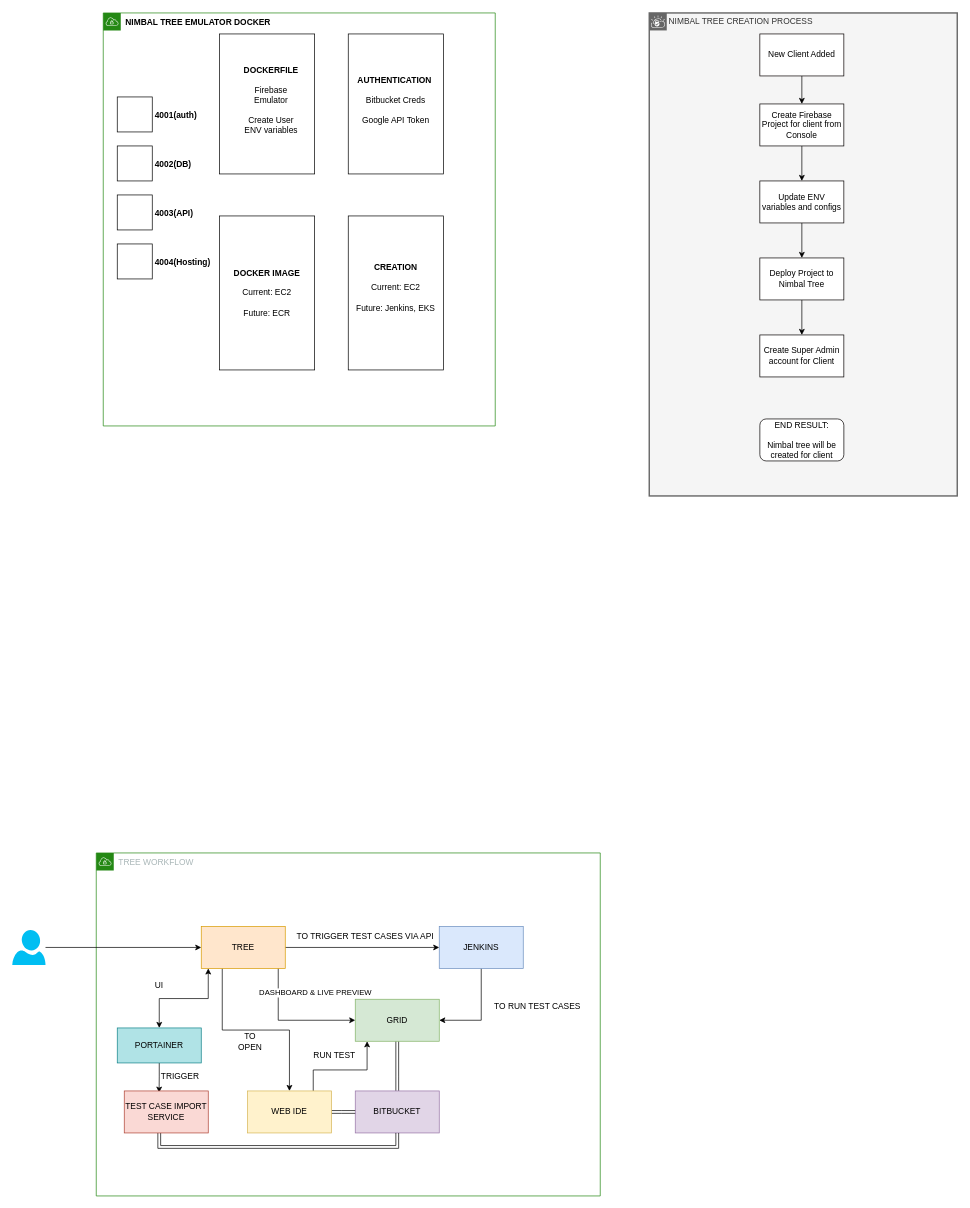
The draw.io diagram page "NIMBAL TREE DOCKER" (4 of 7) of Nimbal.drawio in haarsh31/architecture, before the edit. Source tidied: cells renumbered, new cells numbered last; positions are measured from the earlier drawing's top-left corner, leaving out a move shared by most shapes. Both pictures are drawn from the tidied source at 70%, with x=0, y=0 at pixel (12, 13).
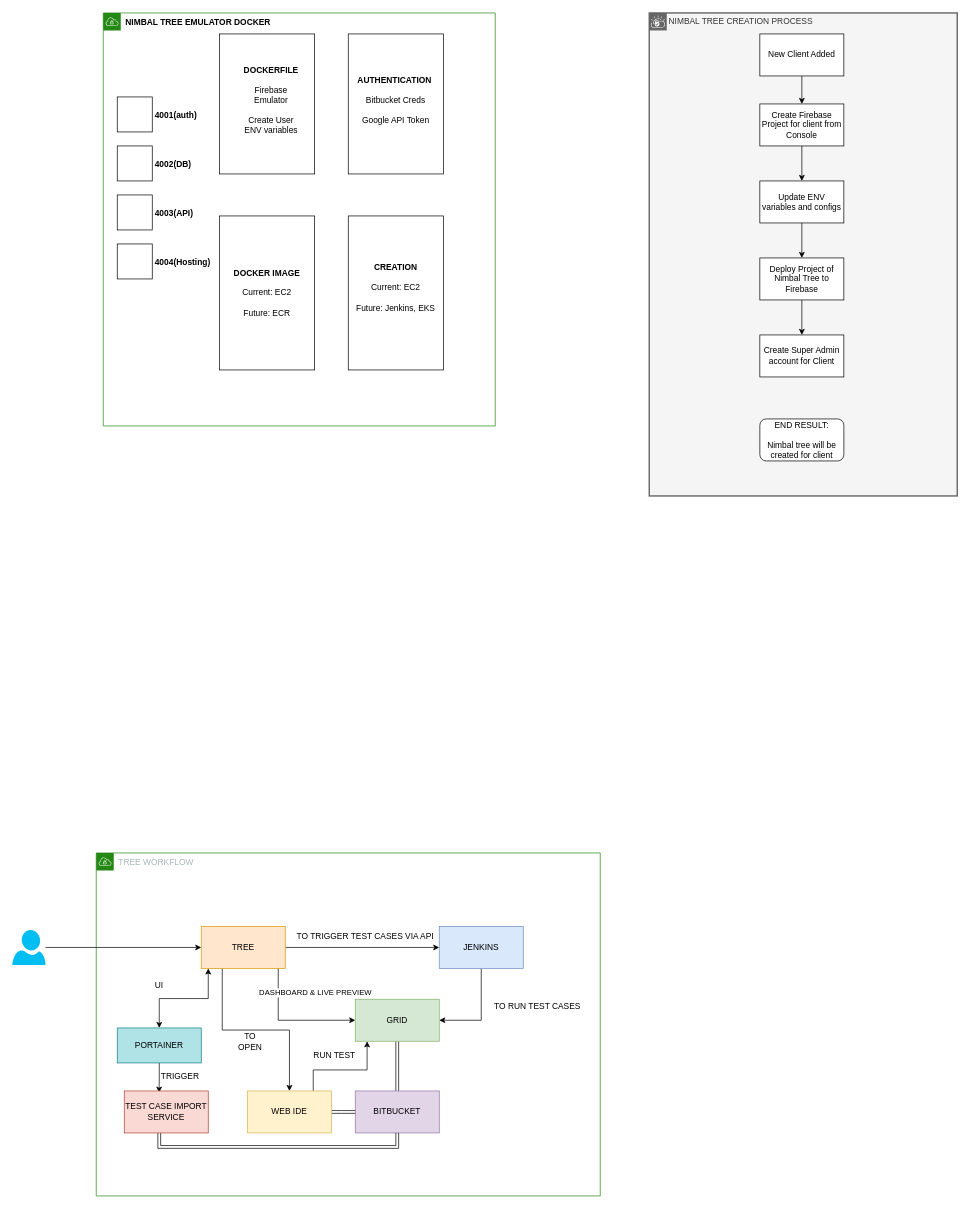
The same diagram, later.

Unchanged cells that the change refers to:
```xml
<mxCell id="40" value="NIMBAL TREE CREATION PROCESS" style="shape=mxgraph.ibm.box;prType=vpc;fontStyle=0;verticalAlign=top;align=left;spacingLeft=32;spacingTop=4;fillColor=#f5f5f5;rounded=0;whiteSpace=wrap;html=1;strokeColor=#666666;strokeWidth=2;dashed=0;spacing=-4;fontColor=#333333;" parent="1" vertex="1">
  <mxGeometry x="910" width="440" height="690" as="geometry" />
</mxCell>
```

The edit, as a diff of the source:
```diff
@@
-    <mxCell id="48" value="Deploy Project to Nimbal Tree" style="rounded=0;whiteSpace=wrap;html=1;strokeColor=#050000;" parent="40" vertex="1">
+    <mxCell id="48" value="Deploy Project of Nimbal Tree to Firebase" style="rounded=0;whiteSpace=wrap;html=1;strokeColor=#050000;" parent="40" vertex="1">
       <mxGeometry x="158" y="350" width="120" height="60" as="geometry" />
     </mxCell>
```
